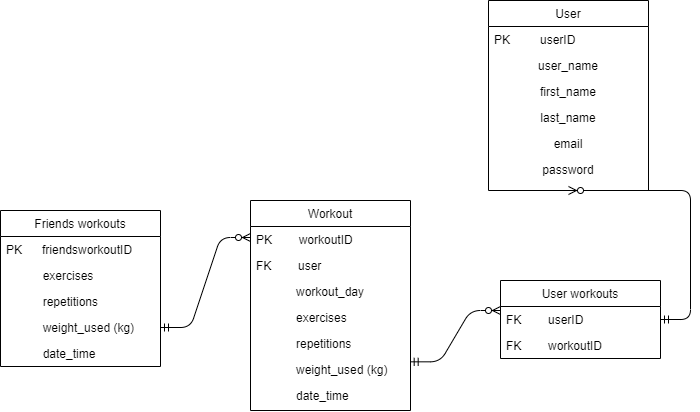
Before: Original ERD Diagram.png, a diagram exported from draw.io (Armanhafiz4/Fundamental-project). Source tidied: cells renumbered, new cells last; positions are measured from the earlier drawing's top-left corner, leaving out a move shared by most shapes.
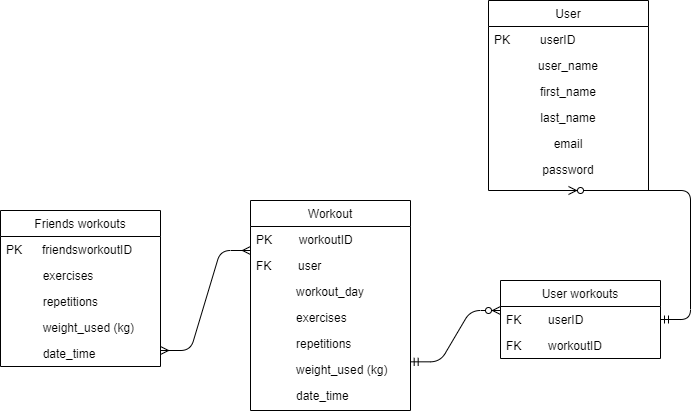
Later version of the same file.

The edit, as a diff of the source:
```diff
@@ -82,10 +82,11 @@
         <mxPoint x="500" y="310" as="targetPoint" />
       </mxGeometry>
     </mxCell>
-    <mxCell id="28" style="edgeStyle=entityRelationEdgeStyle;fontSize=12;html=1;endArrow=ERzeroToMany;startArrow=ERmandOne;entryX=0.5;entryY=1;entryDx=0;entryDy=0;exitX=1;exitY=0.5;exitDx=0;exitDy=0;" parent="1" edge="1" source="6">
-      <mxGeometry relative="1" as="geometry">
-        <mxPoint x="250" y="237" as="targetPoint" />
-      </mxGeometry>
-    </mxCell>
+    <mxCell id="29" style="edgeStyle=entityRelationEdgeStyle;fontSize=12;html=1;endArrow=ERmany;startArrow=ERmany;" parent="1" edge="1">
+      <mxGeometry relative="1" as="geometry">
+        <mxPoint x="160" y="350" as="sourcePoint" />
+        <mxPoint x="250" y="250" as="targetPoint" />
+      </mxGeometry>
+    </mxCell>
   </root>
 </mxGraphModel>
```
